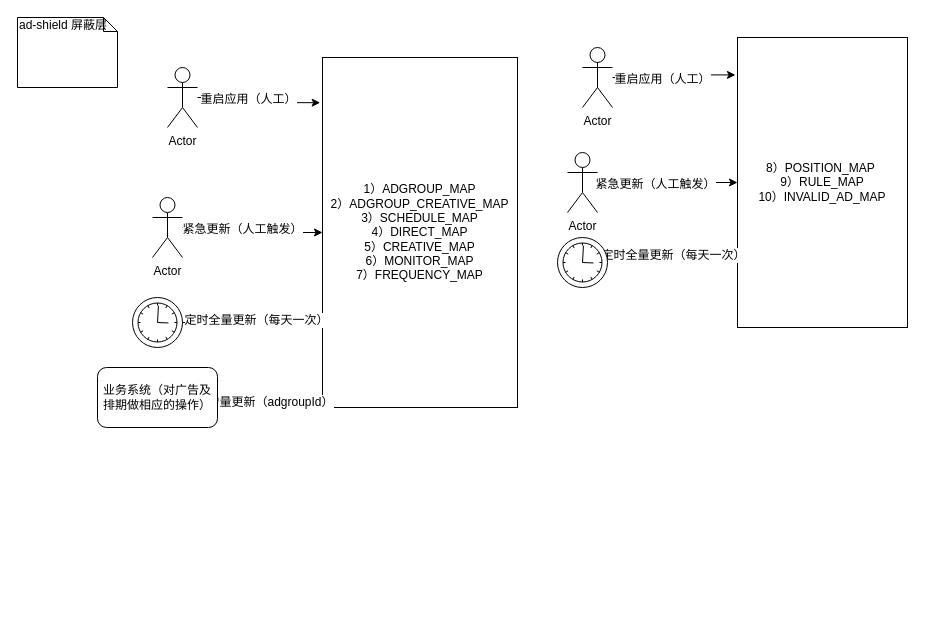
Earlier version of the draw.io diagram Untitled Diagram.drawio (cp0802/xueqqiu). Source tidied: cells renumbered, new cells numbered last; positions are measured from the earlier drawing's top-left corner, leaving out a move shared by most shapes. Both pictures are drawn from the tidied source at 100%, with x=0, y=0 at pixel (17, 17).
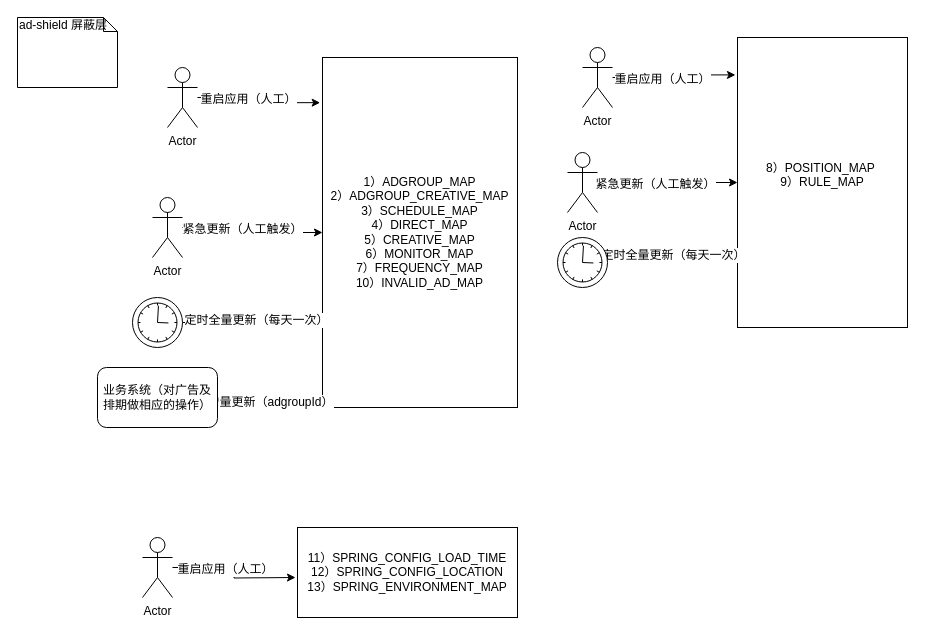
The same diagram, later.

Commit message:
内存透视流程图.drawio

Diff of the diagram source:
```diff
@@
-    <mxCell id="2" value="&lt;div&gt;1）ADGROUP_MAP&lt;/div&gt;2）ADGROUP_CREATIVE_MAP&lt;br&gt;3）SCHEDULE_MAP&lt;br&gt;&lt;div&gt;4）DIRECT_MAP&lt;/div&gt;&lt;div&gt;5）CREATIVE_MAP&lt;/div&gt;&lt;div&gt;6）MONITOR_MAP&lt;/div&gt;&lt;div&gt;7）FREQUENCY_MAP&lt;/div&gt;" style="rounded=0;whiteSpace=wrap;html=1;" parent="1" vertex="1">
+    <mxCell id="2" value="&lt;div&gt;1）ADGROUP_MAP&lt;/div&gt;2）ADGROUP_CREATIVE_MAP&lt;br&gt;3）SCHEDULE_MAP&lt;br&gt;&lt;div&gt;4）DIRECT_MAP&lt;/div&gt;&lt;div&gt;5）CREATIVE_MAP&lt;/div&gt;&lt;div&gt;6）MONITOR_MAP&lt;/div&gt;&lt;div&gt;7）FREQUENCY_MAP&lt;/div&gt;&lt;div&gt;10）INVALID_AD_MAP&lt;br&gt;&lt;/div&gt;" style="rounded=0;whiteSpace=wrap;html=1;" parent="1" vertex="1">
       <mxGeometry x="305" y="40" width="195" height="350" as="geometry" />
     </mxCell>
@@
-    <mxCell id="16" value="&lt;div&gt;8）POSITION_MAP&amp;nbsp;&lt;/div&gt;&lt;div&gt;9）RULE_MAP&lt;/div&gt;&lt;div&gt;10）INVALID_AD_MAP&lt;/div&gt;" style="rounded=0;whiteSpace=wrap;html=1;" parent="1" vertex="1">
+    <mxCell id="16" value="&lt;div&gt;8）POSITION_MAP&amp;nbsp;&lt;/div&gt;&lt;div&gt;9）RULE_MAP&lt;/div&gt;&lt;div&gt;&lt;br&gt;&lt;/div&gt;" style="rounded=0;whiteSpace=wrap;html=1;" parent="1" vertex="1">
       <mxGeometry x="720" y="20" width="170" height="290" as="geometry" />
     </mxCell>
@@
+    <mxCell id="26" value="&lt;div&gt;11）SPRING_CONFIG_LOAD_TIME&lt;/div&gt;&lt;div&gt;12）SPRING_CONFIG_LOCATION&lt;/div&gt;&lt;div&gt;13）SPRING_ENVIRONMENT_MAP&lt;/div&gt;" style="rounded=0;whiteSpace=wrap;html=1;" parent="1" vertex="1">
+      <mxGeometry x="280" y="510" width="220" height="90" as="geometry" />
+    </mxCell>
+    <mxCell id="27" style="edgeStyle=orthogonalEdgeStyle;rounded=0;jettySize=auto;html=1;" parent="1" edge="1" source="29">
+      <mxGeometry relative="1" as="geometry">
+        <mxPoint x="278" y="560" as="targetPoint" />
+      </mxGeometry>
+    </mxCell>
+    <mxCell id="28" value="重启应用（人工）" style="text;html=1;align=center;verticalAlign=middle;labelBackgroundColor=#ffffff;" parent="27" vertex="1">
+      <mxGeometry x="-0.22" y="-1" relative="1" as="geometry" />
+    </mxCell>
+    <mxCell id="29" value="Actor" style="shape=umlActor;verticalLabelPosition=bottom;labelBackgroundColor=#ffffff;verticalAlign=top;html=1;" parent="1" vertex="1">
+      <mxGeometry x="125" y="520" width="30" height="60" as="geometry" />
+    </mxCell>
```
